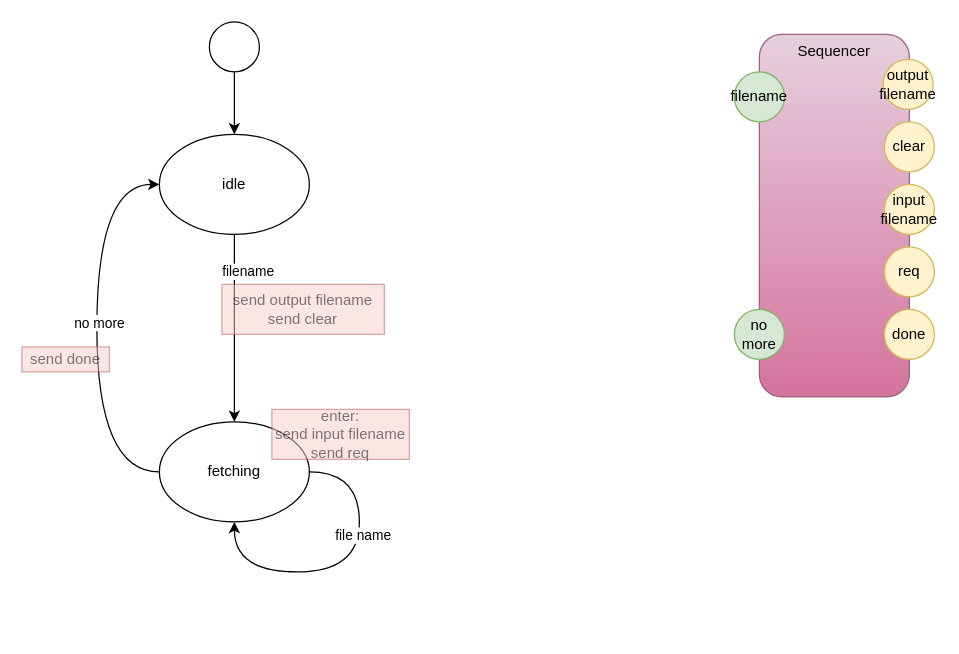
Before: page "Generate File Links Sequencer" (4 of 15) of pm.drawio in guitarvydas/pypm, a draw.io diagram. Source tidied: cells renumbered, new cells numbered last; positions are measured from the earlier drawing's top-left corner, leaving out a move shared by most shapes. Both pictures are drawn from the tidied source at 125%, with x=0, y=0 at pixel (21, 21).
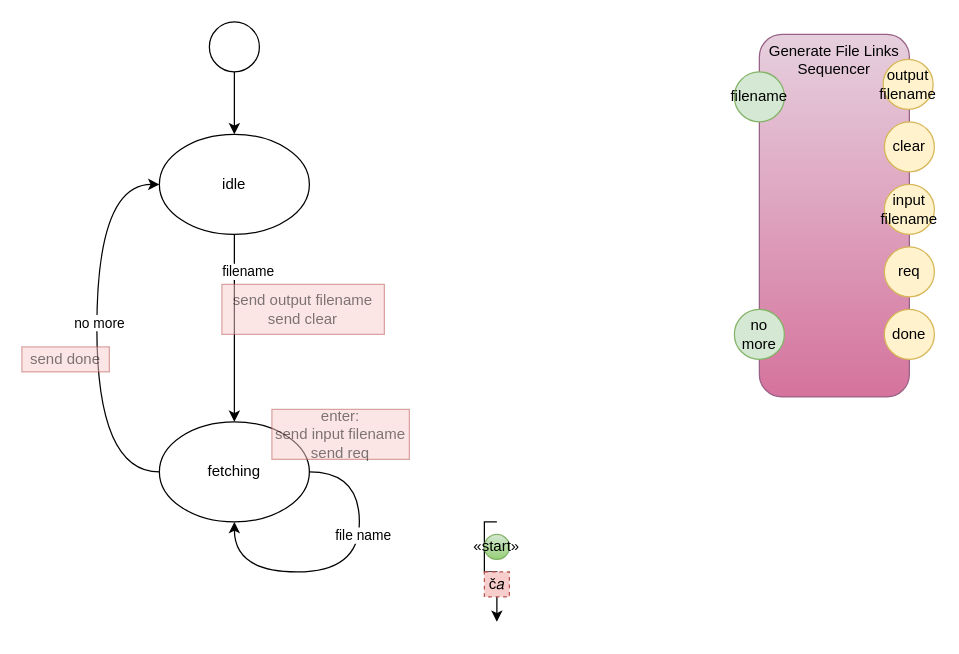
The same page after the edit.

Change to the diagram source:
```diff
@@
-    <mxCell id="2" value="Sequencer" style="rounded=1;whiteSpace=wrap;html=1;verticalAlign=top;gradientColor=#d5739d;fillColor=#e6d0de;strokeColor=#996185;" parent="1" vertex="1">
+    <mxCell id="2" value="Generate File Links Sequencer" style="rounded=1;whiteSpace=wrap;html=1;verticalAlign=top;gradientColor=#d5739d;fillColor=#e6d0de;strokeColor=#996185;" parent="1" vertex="1">
       <mxGeometry x="590" y="10" width="120" height="290" as="geometry" />
     </mxCell>
@@
+    <mxCell id="23" style="edgeStyle=orthogonalEdgeStyle;rounded=0;orthogonalLoop=1;jettySize=auto;html=1;exitX=0.5;exitY=1;exitDx=0;exitDy=0;" parent="1" edge="1">
+      <mxGeometry relative="1" as="geometry">
+        <mxPoint x="380" y="400" as="sourcePoint" />
+        <mxPoint x="380" y="480" as="targetPoint" />
+        <Array as="points">
+          <mxPoint x="370" y="400" />
+          <mxPoint x="370" y="440" />
+          <mxPoint x="380" y="440" />
+        </Array>
+      </mxGeometry>
+    </mxCell>
+    <mxCell id="24" value="«start»" style="ellipse;whiteSpace=wrap;html=1;fillColor=#d5e8d4;strokeColor=#82b366;gradientColor=#97d077;" parent="1" vertex="1">
+      <mxGeometry x="370" y="410" width="20" height="20" as="geometry" />
+    </mxCell>
+    <mxCell id="25" value="č𝑎" style="rounded=0;fillColor=#f8cecc;strokeColor=#b85450;whiteSpace=wrap;align=left;spacingLeft=2;dashed=1;" parent="1" vertex="1">
+      <mxGeometry x="370" y="440" width="20" height="20" as="geometry" />
+    </mxCell>
```
